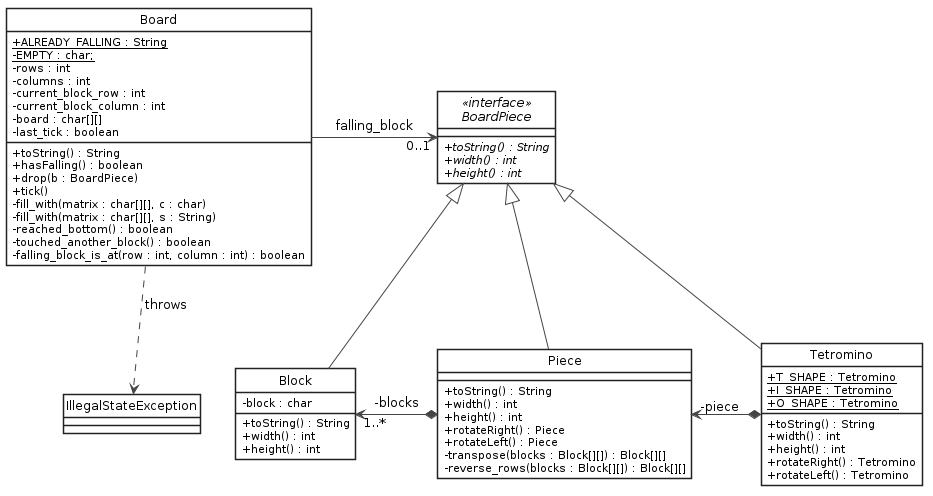
lauramcastro/tdd-tetris-tutorial keeps this PlantUML diagram as doc/class-diagram.png. Above is the earlier version.
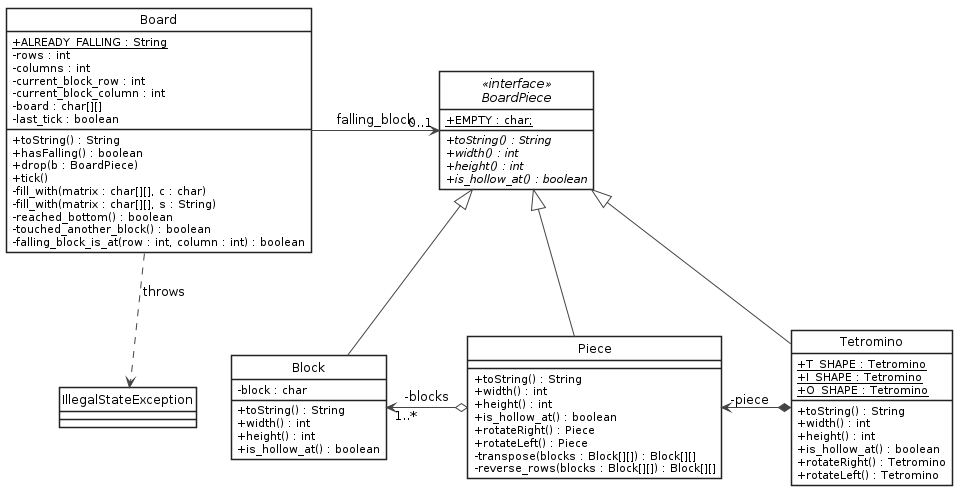
The same file after the commit.

Commit message:
Implemented (and refactored) code to pass FallingPiecesTest.it_is_still_falling_right_above_the_other_piece()

Diff of the diagram source:
```diff
@@ -61,9 +61,11 @@
 }
 
 interface BoardPiece <<interface>>{
+  + {static} EMPTY : char;
   + {abstract} toString() : String
   + {abstract} width() : int
   + {abstract} height() : int
+  + {abstract} is_hollow_at() : boolean
 }
 
 class Block {
@@ -71,11 +73,11 @@
   + toString() : String
   + width() : int
   + height() : int
+  + is_hollow_at() : boolean
 }
 
 class Board {
     + {static} ALREADY_FALLING : String
-    - {static} EMPTY : char;
     - rows : int
     - columns : int
     - current_block_row : int
@@ -97,6 +99,7 @@
     + toString() : String
     + width() : int
     + height() : int
+    + is_hollow_at() : boolean
     + rotateRight() : Piece
     + rotateLeft() : Piece
     - transpose(blocks : Block[][]) : Block[][]
@@ -110,6 +113,7 @@
     + toString() : String
     + width() : int
     + height() : int
+    + is_hollow_at() : boolean
     + rotateRight() : Tetromino
     + rotateLeft() : Tetromino
 }
@@ -125,7 +129,7 @@
 BoardPiece <|-- Piece
 BoardPiece <|-- Tetromino
 
-Piece *-left-> "1..*" Block : "-blocks"
+Piece o-left-> "1..*" Block : "-blocks"
 
 Tetromino *-left-> "-piece" Piece
 
```
